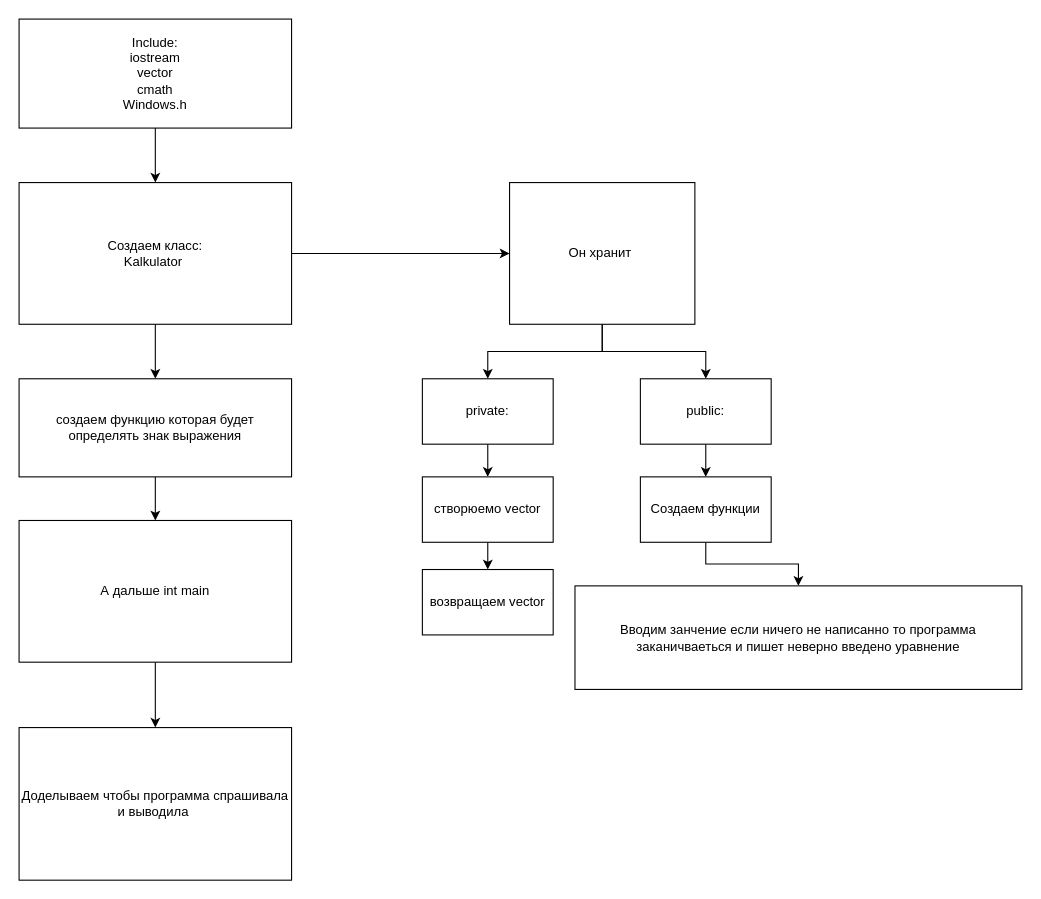
ekumberto/LastProject keeps this draw.io diagram as Диаграмма финальная номер2.drawio. Above is the earlier version. Source tidied: cells renumbered, new cells numbered last; positions are measured from the earlier drawing's top-left corner, leaving out a move shared by most shapes. Both pictures are drawn from the tidied source at 109%, with x=0, y=0 at pixel (19, 19).
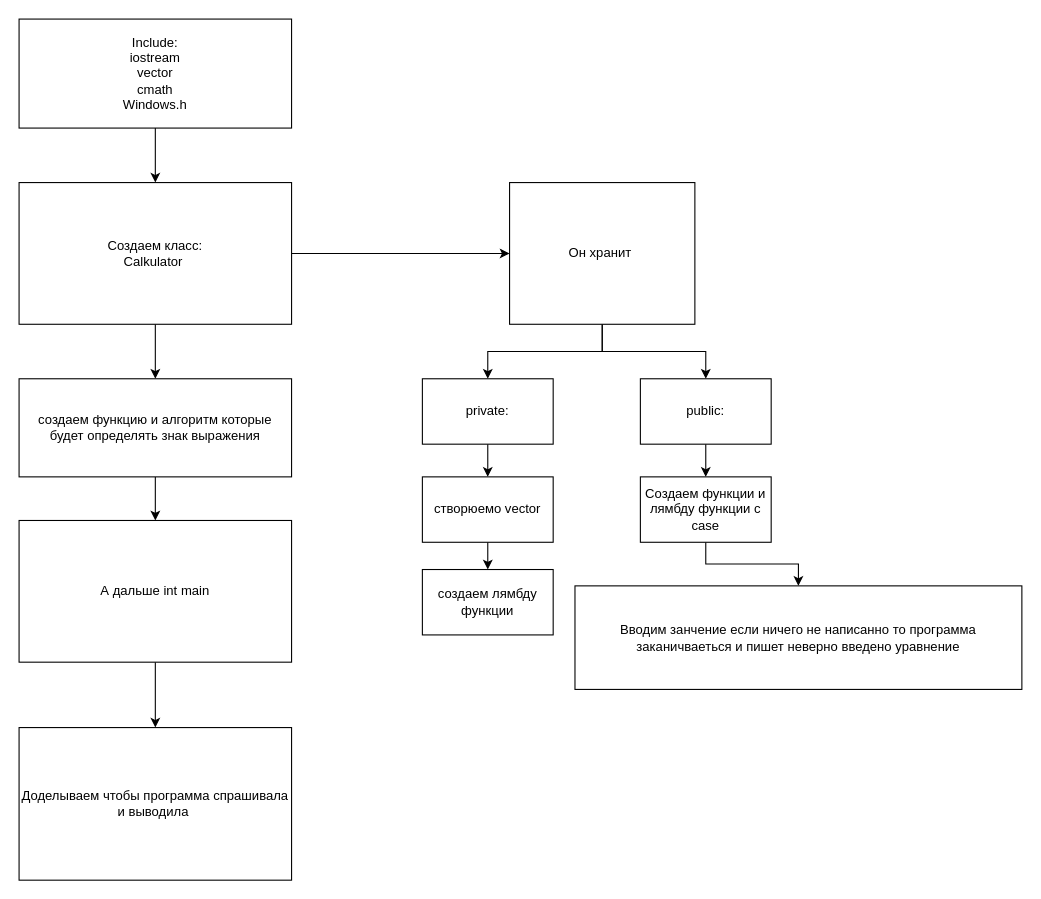
Above is the later version.

Diff of the diagram source:
```diff
@@
-    <mxCell id="6" value="Создаем класс:&lt;br&gt;Kalkulator&amp;nbsp;" style="rounded=0;whiteSpace=wrap;html=1;" parent="1" vertex="1">
+    <mxCell id="6" value="Создаем класс:&lt;br&gt;Сalkulator&amp;nbsp;" style="rounded=0;whiteSpace=wrap;html=1;" parent="1" vertex="1">
       <mxGeometry y="150" width="250" height="130" as="geometry" />
     </mxCell>
@@
-    <mxCell id="16" value="возвращаем vector" style="rounded=0;whiteSpace=wrap;html=1;" parent="1" vertex="1">
+    <mxCell id="16" value="создаем лямбду функции" style="rounded=0;whiteSpace=wrap;html=1;" parent="1" vertex="1">
       <mxGeometry x="370" y="505" width="120" height="60" as="geometry" />
     </mxCell>
@@
-    <mxCell id="18" value="Создаем функции" style="rounded=0;whiteSpace=wrap;html=1;" parent="1" vertex="1">
+    <mxCell id="18" value="Создаем функции и лямбду функции с case" style="rounded=0;whiteSpace=wrap;html=1;" parent="1" vertex="1">
       <mxGeometry x="570" y="420" width="120" height="60" as="geometry" />
     </mxCell>
@@
-    <mxCell id="21" value="создаем функцию которая будет определять знак выражения" style="rounded=0;whiteSpace=wrap;html=1;" parent="1" vertex="1">
+    <mxCell id="21" value="создаем функцию и алгоритм которые будет определять знак выражения" style="rounded=0;whiteSpace=wrap;html=1;" parent="1" vertex="1">
       <mxGeometry y="330" width="250" height="90" as="geometry" />
     </mxCell>
```
